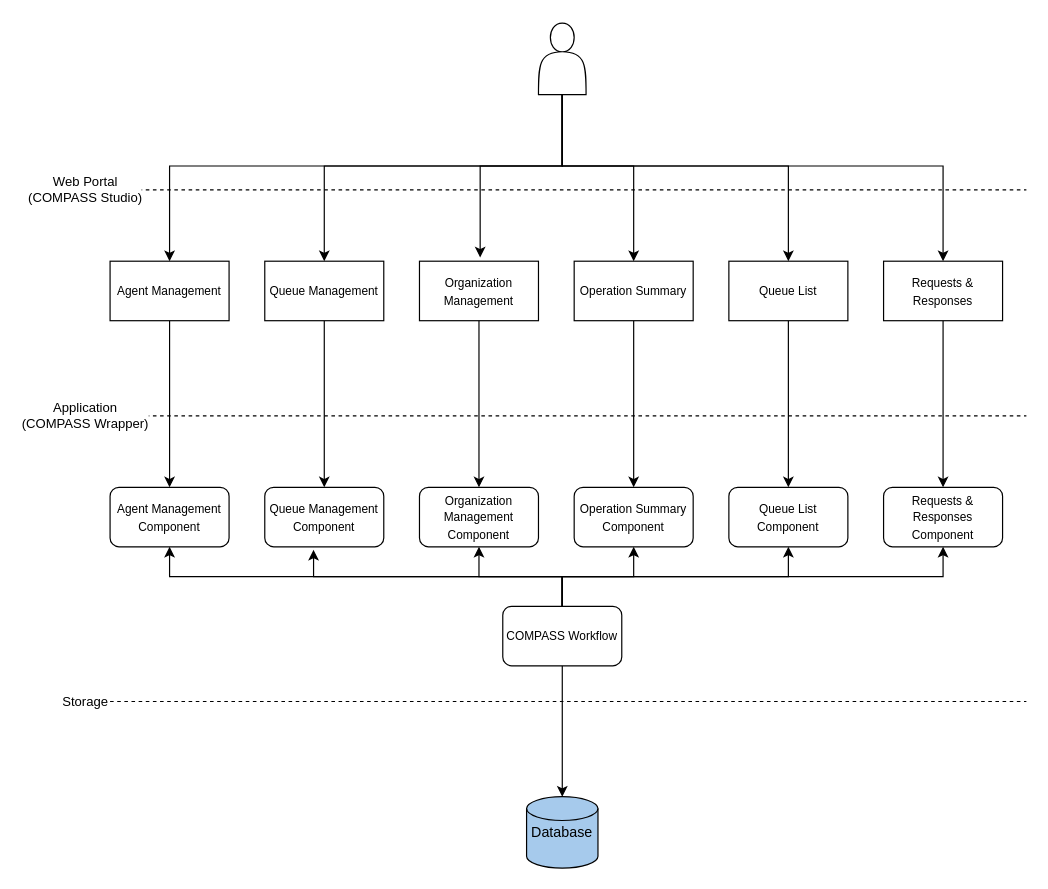
Linsexit/Inter_te-Lin keeps this draw.io diagram as Untitled Diagram.drawio. Above is the earlier version. Source tidied: cells renumbered, new cells numbered last; positions are measured from the earlier drawing's top-left corner, leaving out a move shared by most shapes. Both pictures are drawn from the tidied source at 119%, with x=0, y=0 at pixel (74, 23).
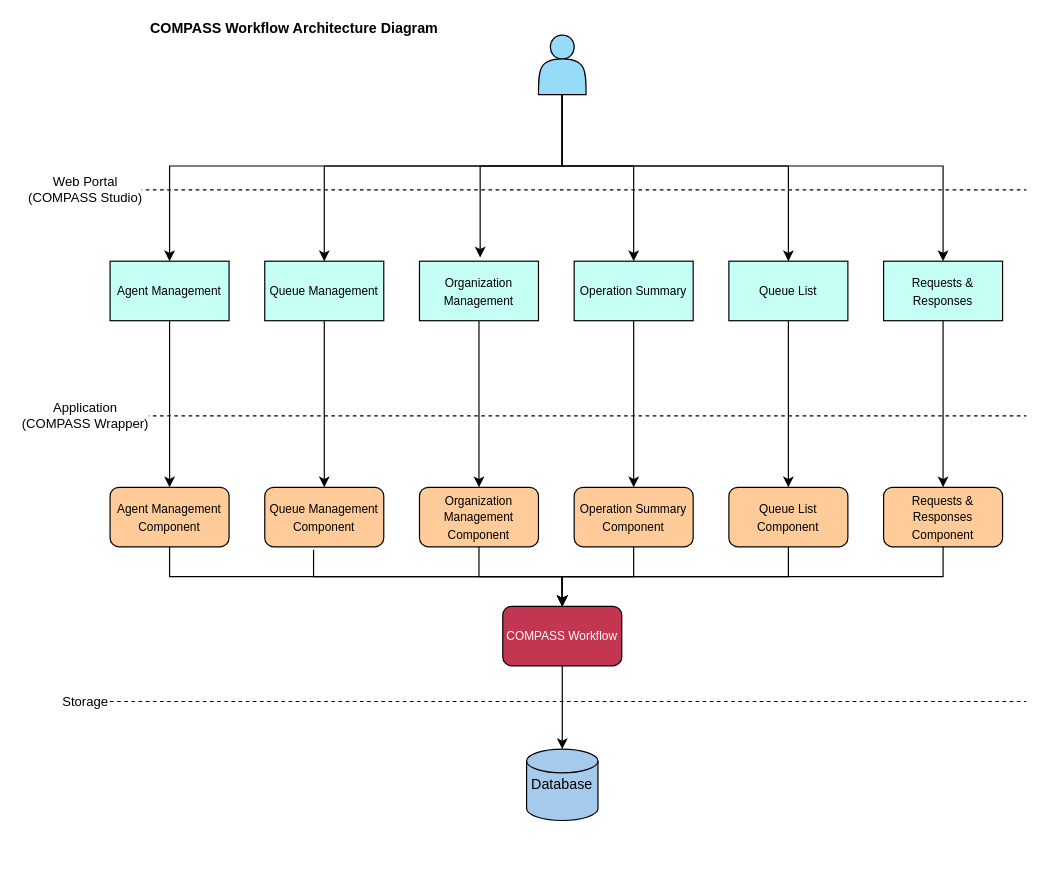
The same page after the edit.

Change to the diagram source:
```diff
@@
-    <mxCell id="7" style="shape=actor;whiteSpace=wrap;html=1;" parent="1" vertex="1">
-      <mxGeometry x="390" width="40" height="60" as="geometry" />
+    <mxCell id="7" style="shape=actor;whiteSpace=wrap;html=1;fillColor=#96DCF8;" parent="1" vertex="1">
+      <mxGeometry x="390" y="10" width="40" height="50" as="geometry" />
     </mxCell>
@@
-    <mxCell id="15" value="&lt;font style=&quot;font-size: 10px;&quot;&gt;Agent Management&lt;/font&gt;" style="rounded=0;whiteSpace=wrap;html=1;" parent="1" vertex="1">
-      <mxGeometry x="30" y="200" width="100" height="50" as="geometry" />
-    </mxCell>
@@
-    <mxCell id="17" value="&lt;font style=&quot;font-size: 10px;&quot;&gt;Queue Management&lt;/font&gt;" style="rounded=0;whiteSpace=wrap;html=1;" parent="1" vertex="1">
+    <mxCell id="17" value="&lt;font style=&quot;font-size: 10px;&quot;&gt;Queue Management&lt;/font&gt;" style="rounded=0;whiteSpace=wrap;html=1;fillColor=#C5FFF5;" parent="1" vertex="1">
       <mxGeometry x="160" y="200" width="100" height="50" as="geometry" />
     </mxCell>
@@
-    <mxCell id="19" value="&lt;font style=&quot;font-size: 10px;&quot;&gt;Organization Management&lt;/font&gt;" style="rounded=0;whiteSpace=wrap;html=1;" parent="1" vertex="1">
+    <mxCell id="19" value="&lt;font style=&quot;font-size: 10px;&quot;&gt;Organization Management&lt;/font&gt;" style="rounded=0;whiteSpace=wrap;html=1;fillColor=#C5FFF5;" parent="1" vertex="1">
       <mxGeometry x="290" y="200" width="100" height="50" as="geometry" />
     </mxCell>
@@
-    <mxCell id="21" value="&lt;span style=&quot;font-size: 10px;&quot;&gt;Operation Summary&lt;/span&gt;" style="rounded=0;whiteSpace=wrap;html=1;" parent="1" vertex="1">
+    <mxCell id="21" value="&lt;span style=&quot;font-size: 10px;&quot;&gt;Operation Summary&lt;/span&gt;" style="rounded=0;whiteSpace=wrap;html=1;fillColor=#C5FFF5;" parent="1" vertex="1">
       <mxGeometry x="420" y="200" width="100" height="50" as="geometry" />
     </mxCell>
@@
-    <mxCell id="23" value="&lt;span style=&quot;font-size: 10px;&quot;&gt;Queue List&lt;/span&gt;" style="rounded=0;whiteSpace=wrap;html=1;" parent="1" vertex="1">
+    <mxCell id="23" value="&lt;span style=&quot;font-size: 10px;&quot;&gt;Queue List&lt;/span&gt;" style="rounded=0;whiteSpace=wrap;html=1;fillColor=#C5FFF5;" parent="1" vertex="1">
       <mxGeometry x="550" y="200" width="100" height="50" as="geometry" />
     </mxCell>
@@
-    <mxCell id="25" value="&lt;span style=&quot;font-size: 10px;&quot;&gt;Requests &amp;amp; Responses&lt;/span&gt;" style="rounded=0;whiteSpace=wrap;html=1;" parent="1" vertex="1">
+    <mxCell id="25" value="&lt;span style=&quot;font-size: 10px;&quot;&gt;Requests &amp;amp; Responses&lt;/span&gt;" style="rounded=0;whiteSpace=wrap;html=1;fillColor=#C5FFF5;" parent="1" vertex="1">
       <mxGeometry x="680" y="200" width="100" height="50" as="geometry" />
     </mxCell>
-    <mxCell id="26" value="&lt;font style=&quot;font-size: 10px;&quot;&gt;Agent Management Component&lt;/font&gt;" style="rounded=1;whiteSpace=wrap;html=1;" parent="1" vertex="1">
+    <mxCell id="26" value="&lt;font style=&quot;font-size: 10px;&quot;&gt;Agent Management Component&lt;/font&gt;" style="rounded=1;whiteSpace=wrap;html=1;fillColor=#FFCC99;" parent="1" vertex="1">
       <mxGeometry x="30" y="390" width="100" height="50" as="geometry" />
     </mxCell>
-    <mxCell id="27" value="&lt;font style=&quot;font-size: 10px;&quot;&gt;Queue Management&lt;br&gt;Component&lt;/font&gt;" style="rounded=1;whiteSpace=wrap;html=1;" parent="1" vertex="1">
+    <mxCell id="27" value="&lt;font style=&quot;font-size: 10px;&quot;&gt;Queue Management&lt;br&gt;Component&lt;/font&gt;" style="rounded=1;whiteSpace=wrap;html=1;fillColor=#FFCC99;" parent="1" vertex="1">
       <mxGeometry x="160" y="390" width="100" height="50" as="geometry" />
     </mxCell>
-    <mxCell id="28" style="edgeStyle=orthogonalEdgeStyle;rounded=0;jettySize=auto;html=1;startArrow=classic;startFill=1;endArrow=none;endFill=0;" parent="1" edge="1" source="29" target="39">
+    <mxCell id="28" style="edgeStyle=orthogonalEdgeStyle;rounded=0;jettySize=auto;html=1;startArrow=none;startFill=0;endArrow=classic;endFill=1;" parent="1" edge="1" source="29" target="39">
       <mxGeometry relative="1" as="geometry" />
     </mxCell>
-    <mxCell id="29" value="&lt;font style=&quot;font-size: 10px;&quot;&gt;Organization Management&lt;br&gt;Component&lt;/font&gt;" style="rounded=1;whiteSpace=wrap;html=1;" parent="1" vertex="1">
+    <mxCell id="29" value="&lt;font style=&quot;font-size: 10px;&quot;&gt;Organization Management&lt;br&gt;Component&lt;/font&gt;" style="rounded=1;whiteSpace=wrap;html=1;fillColor=#FFCC99;" parent="1" vertex="1">
       <mxGeometry x="290" y="390" width="100" height="50" as="geometry" />
     </mxCell>
-    <mxCell id="30" style="edgeStyle=orthogonalEdgeStyle;rounded=0;jettySize=auto;html=1;endArrow=none;endFill=0;startArrow=classic;startFill=1;" parent="1" edge="1" source="31" target="39">
+    <mxCell id="30" style="edgeStyle=orthogonalEdgeStyle;rounded=0;jettySize=auto;html=1;endArrow=classic;endFill=1;startArrow=none;startFill=0;" parent="1" edge="1" source="31" target="39">
       <mxGeometry relative="1" as="geometry" />
     </mxCell>
-    <mxCell id="31" value="&lt;span style=&quot;font-size: 10px;&quot;&gt;Operation Summary&lt;br&gt;&lt;/span&gt;&lt;span style=&quot;font-size: 10px;&quot;&gt;Component&lt;/span&gt;&lt;span style=&quot;font-size: 10px;&quot;&gt;&lt;/span&gt;" style="rounded=1;whiteSpace=wrap;html=1;" parent="1" vertex="1">
+    <mxCell id="31" value="&lt;span style=&quot;font-size: 10px;&quot;&gt;Operation Summary&lt;br&gt;&lt;/span&gt;&lt;span style=&quot;font-size: 10px;&quot;&gt;Component&lt;/span&gt;&lt;span style=&quot;font-size: 10px;&quot;&gt;&lt;/span&gt;" style="rounded=1;whiteSpace=wrap;html=1;fillColor=#FFCC99;" parent="1" vertex="1">
       <mxGeometry x="420" y="390" width="100" height="50" as="geometry" />
     </mxCell>
-    <mxCell id="32" value="&lt;span style=&quot;font-size: 10px;&quot;&gt;Queue List&lt;br&gt;&lt;/span&gt;&lt;span style=&quot;font-size: 10px;&quot;&gt;Component&lt;/span&gt;&lt;span style=&quot;font-size: 10px;&quot;&gt;&lt;/span&gt;" style="rounded=1;whiteSpace=wrap;html=1;" parent="1" vertex="1">
+    <mxCell id="32" value="&lt;span style=&quot;font-size: 10px;&quot;&gt;Queue List&lt;br&gt;&lt;/span&gt;&lt;span style=&quot;font-size: 10px;&quot;&gt;Component&lt;/span&gt;&lt;span style=&quot;font-size: 10px;&quot;&gt;&lt;/span&gt;" style="rounded=1;whiteSpace=wrap;html=1;fillColor=#FFCC99;" parent="1" vertex="1">
       <mxGeometry x="550" y="390" width="100" height="50" as="geometry" />
     </mxCell>
-    <mxCell id="33" value="&lt;span style=&quot;font-size: 10px;&quot;&gt;Requests &amp;amp; Responses&lt;br&gt;&lt;/span&gt;&lt;span style=&quot;font-size: 10px;&quot;&gt;Component&lt;/span&gt;&lt;span style=&quot;font-size: 10px;&quot;&gt;&lt;/span&gt;" style="rounded=1;whiteSpace=wrap;html=1;" parent="1" vertex="1">
+    <mxCell id="33" value="&lt;span style=&quot;font-size: 10px;&quot;&gt;Requests &amp;amp; Responses&lt;br&gt;&lt;/span&gt;&lt;span style=&quot;font-size: 10px;&quot;&gt;Component&lt;/span&gt;&lt;span style=&quot;font-size: 10px;&quot;&gt;&lt;/span&gt;" style="rounded=1;whiteSpace=wrap;html=1;fillColor=#FFCC99;" parent="1" vertex="1">
       <mxGeometry x="680" y="390" width="100" height="50" as="geometry" />
     </mxCell>
     <mxCell id="34" value="Database" style="strokeWidth=1;html=1;shape=mxgraph.flowchart.database;whiteSpace=wrap;fillColor=#A6CAEC;" parent="1" vertex="1">
-      <mxGeometry x="380" y="650" width="60" height="60" as="geometry" />
+      <mxGeometry x="380" y="610" width="60" height="60" as="geometry" />
     </mxCell>
@@
-    <mxCell id="36" style="edgeStyle=orthogonalEdgeStyle;rounded=0;jettySize=auto;html=1;exitX=0.5;exitY=0;exitDx=0;exitDy=0;entryX=0.5;entryY=1;entryDx=0;entryDy=0;" parent="1" edge="1" source="39" target="32">
+    <mxCell id="36" style="edgeStyle=orthogonalEdgeStyle;rounded=0;jettySize=auto;html=1;exitX=0.5;exitY=0;exitDx=0;exitDy=0;entryX=0.5;entryY=1;entryDx=0;entryDy=0;endArrow=none;endFill=0;startArrow=classic;startFill=1;" parent="1" edge="1" source="39" target="32">
       <mxGeometry relative="1" as="geometry" />
     </mxCell>
-    <mxCell id="37" style="edgeStyle=orthogonalEdgeStyle;rounded=0;jettySize=auto;html=1;entryX=0.5;entryY=1;entryDx=0;entryDy=0;exitX=0.5;exitY=0;exitDx=0;exitDy=0;" parent="1" edge="1" source="39" target="33">
+    <mxCell id="37" style="edgeStyle=orthogonalEdgeStyle;rounded=0;jettySize=auto;html=1;entryX=0.5;entryY=1;entryDx=0;entryDy=0;exitX=0.5;exitY=0;exitDx=0;exitDy=0;startArrow=classic;startFill=1;endArrow=none;endFill=0;" parent="1" edge="1" source="39" target="33">
       <mxGeometry relative="1" as="geometry" />
     </mxCell>
-    <mxCell id="38" style="edgeStyle=orthogonalEdgeStyle;rounded=0;jettySize=auto;html=1;entryX=0.5;entryY=1;entryDx=0;entryDy=0;exitX=0.5;exitY=0;exitDx=0;exitDy=0;" parent="1" edge="1" source="39" target="26">
+    <mxCell id="38" style="edgeStyle=orthogonalEdgeStyle;rounded=0;jettySize=auto;html=1;entryX=0.5;entryY=1;entryDx=0;entryDy=0;exitX=0.5;exitY=0;exitDx=0;exitDy=0;startArrow=classic;startFill=1;endArrow=none;endFill=0;" parent="1" edge="1" source="39" target="26">
       <mxGeometry relative="1" as="geometry" />
     </mxCell>
-    <mxCell id="39" value="&lt;span style=&quot;font-size: 10px;&quot;&gt;COMPASS Workflow&lt;/span&gt;" style="rounded=1;whiteSpace=wrap;html=1;" parent="1" vertex="1">
+    <mxCell id="39" value="&lt;span style=&quot;font-size: 10px;&quot;&gt;COMPASS Workflow&lt;/span&gt;" style="rounded=1;whiteSpace=wrap;html=1;fillColor=#C33651;fontColor=#FFFFFF;" parent="1" vertex="1">
       <mxGeometry x="360" y="490" width="100" height="50" as="geometry" />
     </mxCell>
-    <mxCell id="40" style="edgeStyle=orthogonalEdgeStyle;rounded=0;jettySize=auto;html=1;exitX=0.5;exitY=0;exitDx=0;exitDy=0;entryX=0.41;entryY=1.051;entryDx=0;entryDy=0;entryPerimeter=0;" parent="1" edge="1" source="39" target="27">
+    <mxCell id="40" style="edgeStyle=orthogonalEdgeStyle;rounded=0;jettySize=auto;html=1;exitX=0.5;exitY=0;exitDx=0;exitDy=0;entryX=0.41;entryY=1.051;entryDx=0;entryDy=0;entryPerimeter=0;startArrow=classic;startFill=1;endArrow=none;endFill=0;" parent="1" edge="1" source="39" target="27">
       <mxGeometry relative="1" as="geometry" />
     </mxCell>
@@
+    <mxCell id="15" value="&lt;font style=&quot;font-size: 10px;&quot;&gt;Agent Management&lt;/font&gt;" style="rounded=0;whiteSpace=wrap;html=1;fillColor=#C5FFF5;" parent="1" vertex="1">
+      <mxGeometry x="30" y="200" width="100" height="50" as="geometry" />
+    </mxCell>
+    <mxCell id="42" value="&lt;b&gt;COMPASS Workflow Architecture Diagram&lt;/b&gt;" style="text;html=1;whiteSpace=wrap;strokeColor=none;fillColor=none;align=center;verticalAlign=middle;rounded=0;" parent="1" vertex="1">
+      <mxGeometry x="50" width="270" height="10" as="geometry" />
+    </mxCell>
```
